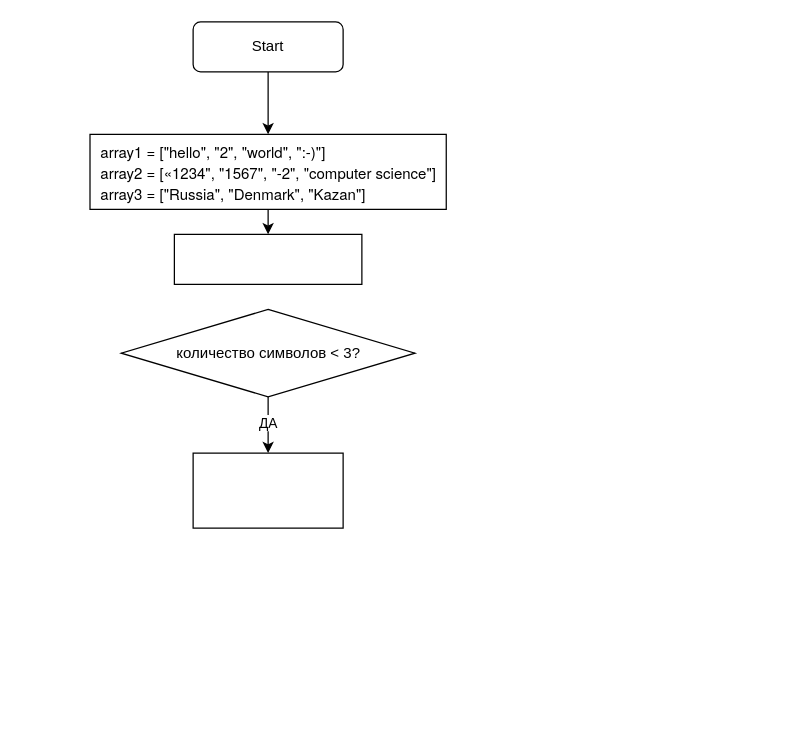
Earlier version of the draw.io diagram diagram.drawio (evelinabb/DZ_Specializacia). Source tidied: cells renumbered, new cells numbered last; positions are measured from the earlier drawing's top-left corner, leaving out a move shared by most shapes. Both pictures are drawn from the tidied source at 125%, with x=0, y=0 at pixel (90, 21).
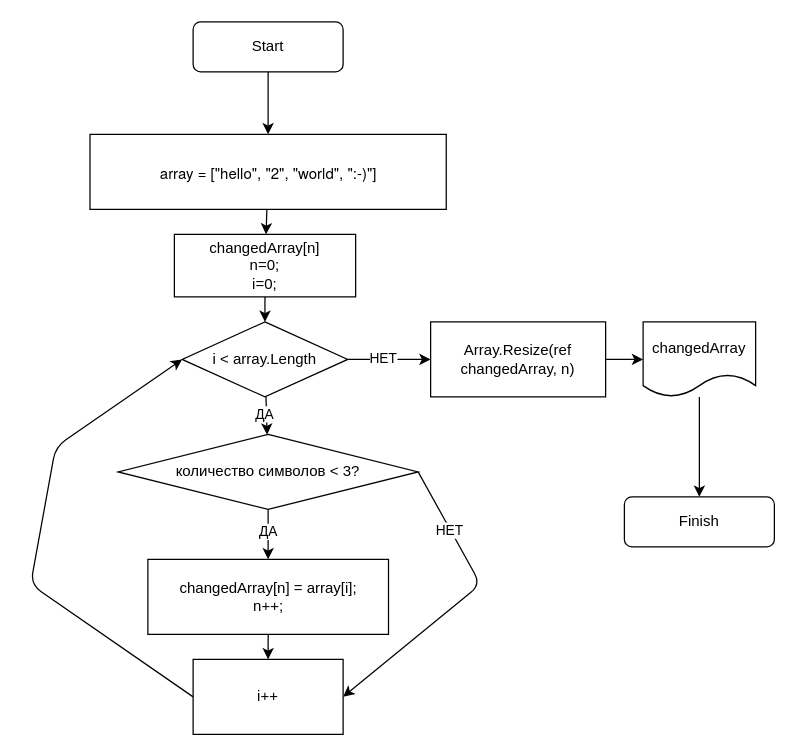
The same page after the edit.

Commit message:
diagram complete

What changed in the source:
```diff
@@
-    <mxCell id="5" value="&lt;p style=&quot;margin: 0px; font-variant-numeric: normal; font-variant-east-asian: normal; font-stretch: normal; line-height: normal; font-family: &amp;quot;Helvetica Neue&amp;quot;; color: rgb(0, 0, 0); text-align: start;&quot; class=&quot;p1&quot;&gt;array1 = [&quot;hello&quot;, &quot;2&quot;, &quot;world&quot;, &quot;:-)&quot;]&lt;/p&gt;&lt;p style=&quot;margin: 0px; font-variant-numeric: normal; font-variant-east-asian: normal; font-stretch: normal; line-height: normal; font-family: &amp;quot;Helvetica Neue&amp;quot;; color: rgb(0, 0, 0); text-align: start;&quot; class=&quot;p1&quot;&gt;array2 = [«1234&quot;, &quot;1567&quot;, &quot;-2&quot;, &quot;computer science&quot;]&lt;/p&gt;&lt;p style=&quot;margin: 0px; font-variant-numeric: normal; font-variant-east-asian: normal; font-stretch: normal; line-height: normal; font-family: &amp;quot;Helvetica Neue&amp;quot;; color: rgb(0, 0, 0); text-align: start;&quot; class=&quot;p1&quot;&gt;array3 = [&quot;Russia&quot;, &quot;Denmark&quot;, &quot;Kazan&quot;]&lt;/p&gt;" style="whiteSpace=wrap;html=1;" parent="1" vertex="1">
+    <mxCell id="5" value="&lt;p style=&quot;margin: 0px; font-variant-numeric: normal; font-variant-east-asian: normal; font-stretch: normal; line-height: normal; font-family: &amp;quot;Helvetica Neue&amp;quot;; color: rgb(0, 0, 0); text-align: start;&quot; class=&quot;p1&quot;&gt;array = [&quot;hello&quot;, &quot;2&quot;, &quot;world&quot;, &quot;:-)&quot;]&lt;/p&gt;" style="whiteSpace=wrap;html=1;" parent="1" vertex="1">
       <mxGeometry x="-0.5" y="90" width="285" height="60" as="geometry" />
     </mxCell>
@@
+    <mxCell id="11" style="edgeStyle=none;html=1;exitX=1;exitY=0.5;exitDx=0;exitDy=0;entryX=1;entryY=0.5;entryDx=0;entryDy=0;" parent="1" edge="1" source="8" target="16">
+      <mxGeometry relative="1" as="geometry">
+        <Array as="points">
+          <mxPoint x="312" y="450" />
+        </Array>
+      </mxGeometry>
+    </mxCell>
+    <mxCell id="12" value="НЕТ" style="edgeLabel;html=1;align=center;verticalAlign=middle;" parent="11" vertex="1">
+      <mxGeometry x="-0.57" y="-1" relative="1" as="geometry" />
+    </mxCell>
     <mxCell id="8" value="количество символов &amp;lt; 3?" style="rhombus;whiteSpace=wrap;html=1;" parent="1" vertex="1">
-      <mxGeometry x="24.5" y="230" width="235" height="70" as="geometry" />
+      <mxGeometry x="22" y="330" width="240" height="60" as="geometry" />
     </mxCell>
+    <mxCell id="13" style="edgeStyle=none;html=1;" parent="1" edge="1" source="9" target="16">
+      <mxGeometry relative="1" as="geometry" />
+    </mxCell>
-    <mxCell id="9" style="whiteSpace=wrap;html=1;" parent="1" vertex="1">
-      <mxGeometry x="82" y="345" width="120" height="60" as="geometry" />
+    <mxCell id="9" value="changedArray[n] = array[i];&lt;br&gt;n++;" style="whiteSpace=wrap;html=1;" parent="1" vertex="1">
+      <mxGeometry x="45.8" y="430" width="192.5" height="60" as="geometry" />
     </mxCell>
+    <mxCell id="14" style="edgeStyle=none;html=1;" parent="1" edge="1" source="10" target="21">
+      <mxGeometry relative="1" as="geometry" />
+    </mxCell>
-    <mxCell id="10" style="whiteSpace=wrap;html=1;" parent="1" vertex="1">
-      <mxGeometry x="67" y="170" width="150" height="40" as="geometry" />
+    <mxCell id="10" value="changedArray[n]&lt;br&gt;n=0;&lt;br&gt;i=0;" style="whiteSpace=wrap;html=1;" parent="1" vertex="1">
+      <mxGeometry x="67" y="170" width="145" height="50" as="geometry" />
     </mxCell>
+    <mxCell id="15" style="edgeStyle=none;html=1;exitX=0;exitY=0.5;exitDx=0;exitDy=0;entryX=0;entryY=0.5;entryDx=0;entryDy=0;" parent="1" edge="1" source="16" target="21">
+      <mxGeometry relative="1" as="geometry">
+        <Array as="points">
+          <mxPoint x="-48" y="450" />
+          <mxPoint x="-28" y="340" />
+        </Array>
+      </mxGeometry>
+    </mxCell>
+    <mxCell id="16" value="i++" style="whiteSpace=wrap;html=1;" parent="1" vertex="1">
+      <mxGeometry x="82" y="510" width="120" height="60" as="geometry" />
+    </mxCell>
+    <mxCell id="17" style="edgeStyle=none;html=1;" parent="1" edge="1" source="21" target="8">
+      <mxGeometry relative="1" as="geometry" />
+    </mxCell>
+    <mxCell id="18" value="ДА" style="edgeLabel;html=1;align=center;verticalAlign=middle;" parent="17" vertex="1">
+      <mxGeometry x="-0.09" y="-2" relative="1" as="geometry" />
+    </mxCell>
+    <mxCell id="19" style="edgeStyle=none;html=1;" parent="1" edge="1" source="21" target="26">
+      <mxGeometry relative="1" as="geometry" />
+    </mxCell>
+    <mxCell id="20" value="НЕТ" style="edgeLabel;html=1;align=center;verticalAlign=middle;" parent="19" vertex="1">
+      <mxGeometry x="-0.15" y="2" relative="1" as="geometry" />
+    </mxCell>
+    <mxCell id="21" value="i &amp;lt; array.Length" style="rhombus;whiteSpace=wrap;html=1;" parent="1" vertex="1">
+      <mxGeometry x="73.2" y="240" width="132.5" height="60" as="geometry" />
+    </mxCell>
+    <mxCell id="22" style="edgeStyle=none;html=1;" parent="1" edge="1" source="23" target="24">
+      <mxGeometry relative="1" as="geometry" />
+    </mxCell>
+    <mxCell id="23" value="changedArray" style="shape=document;whiteSpace=wrap;html=1;boundedLbl=1;" parent="1" vertex="1">
+      <mxGeometry x="442" y="240" width="90" height="60" as="geometry" />
+    </mxCell>
+    <mxCell id="24" value="Finish" style="rounded=1;whiteSpace=wrap;html=1;fontSize=12;glass=0;strokeWidth=1;shadow=0;" parent="1" vertex="1">
+      <mxGeometry x="427" y="380" width="120" height="40" as="geometry" />
+    </mxCell>
+    <mxCell id="25" style="edgeStyle=none;html=1;" parent="1" edge="1" source="26" target="23">
+      <mxGeometry relative="1" as="geometry" />
+    </mxCell>
+    <mxCell id="26" value="Array.Resize(ref changedArray, n)" style="whiteSpace=wrap;html=1;" parent="1" vertex="1">
+      <mxGeometry x="272" y="240" width="140" height="60" as="geometry" />
+    </mxCell>
```
